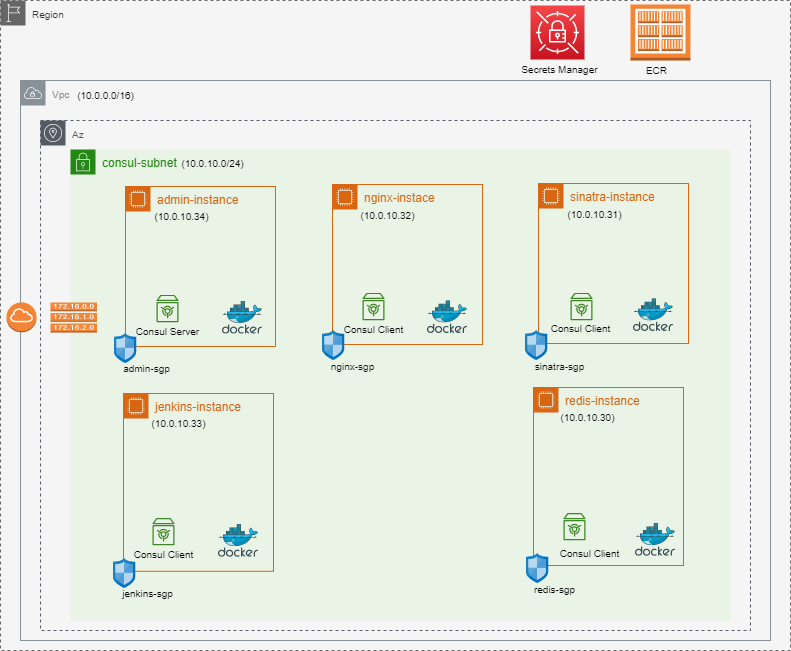
This is img/vpc.png from maxmin13/consul-prj, a draw.io export, as it was before one commit. Source tidied: cells renumbered, new cells last; positions are measured from the earlier drawing's top-left corner, leaving out a move shared by most shapes.
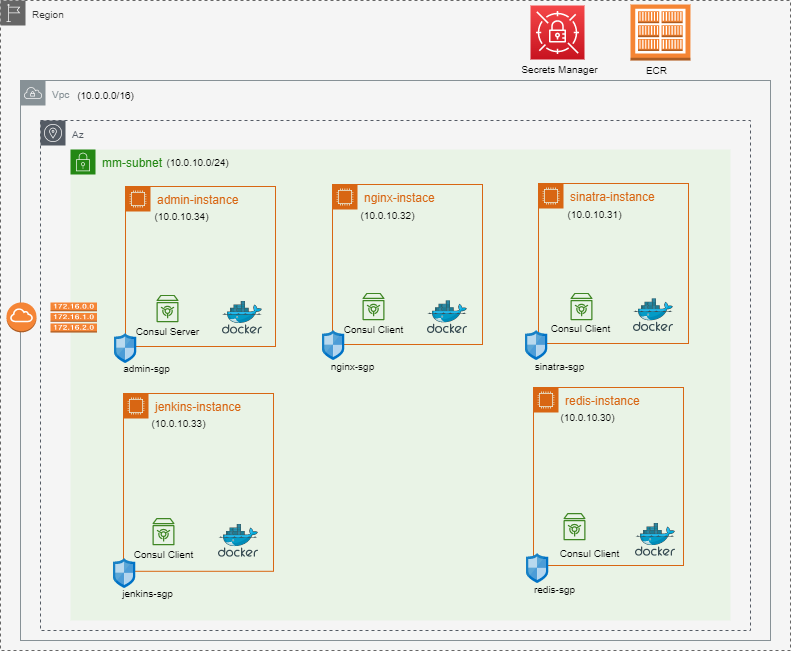
The same file after the commit.

The edit, as a diff of the source:
```diff
@@ -11,7 +11,7 @@
     <mxCell id="4" value="&lt;font style=&quot;font-size: 10px;&quot;&gt;Az&lt;/font&gt;" style="sketch=0;gradientColor=none;html=1;whiteSpace=wrap;fontSize=12;fontStyle=0;shape=mxgraph.aws4.group;grIcon=mxgraph.aws4.group_availability_zone;strokeColor=#545B64;fillColor=none;verticalAlign=top;align=left;spacingLeft=30;fontColor=#545B64;dashed=1;" parent="1" vertex="1">
       <mxGeometry x="40" y="120" width="710" height="510" as="geometry" />
     </mxCell>
-    <mxCell id="5" value="consul-subnet" style="gradientColor=none;html=1;whiteSpace=wrap;fontSize=12;fontStyle=0;shape=mxgraph.aws4.group;grIcon=mxgraph.aws4.group_security_group;grStroke=0;strokeColor=#248814;fillColor=#E9F3E6;verticalAlign=top;align=left;spacingLeft=30;fontColor=#248814;dashed=0;" parent="1" vertex="1">
+    <mxCell id="5" value="mm-subnet" style="gradientColor=none;html=1;whiteSpace=wrap;fontSize=12;fontStyle=0;shape=mxgraph.aws4.group;grIcon=mxgraph.aws4.group_security_group;grStroke=0;strokeColor=#248814;fillColor=#E9F3E6;verticalAlign=top;align=left;spacingLeft=30;fontColor=#248814;dashed=0;" parent="1" vertex="1">
       <mxGeometry x="70" y="149" width="660" height="471" as="geometry" />
     </mxCell>
     <mxCell id="6" value="nginx-instace" style="gradientColor=none;html=1;whiteSpace=wrap;fontSize=12;fontStyle=0;shape=mxgraph.aws4.group;grIcon=mxgraph.aws4.group_ec2_instance_contents;strokeColor=#D86613;fillColor=none;verticalAlign=top;align=left;spacingLeft=30;fontColor=#D86613;dashed=0;" parent="5" vertex="1">
@@ -129,7 +129,7 @@
       <mxGeometry x="50" y="301.9" width="46.5" height="30" as="geometry" />
     </mxCell>
     <mxCell id="44" value="(10.0.10.0/24)" style="text;html=1;align=center;verticalAlign=middle;fillColor=none;strokeColor=none;rounded=0;fontSize=10;" parent="1" vertex="1">
-      <mxGeometry x="167" y="148" width="90" height="30" as="geometry" />
+      <mxGeometry x="152" y="147" width="90" height="30" as="geometry" />
     </mxCell>
     <mxCell id="45" value="(10.0.0.0/16)" style="text;html=1;align=center;verticalAlign=middle;fillColor=none;strokeColor=none;rounded=0;fontStyle=0;horizontal=1;fontSize=10;" parent="1" vertex="1">
       <mxGeometry x="65" y="80" width="80" height="30" as="geometry" />
```
